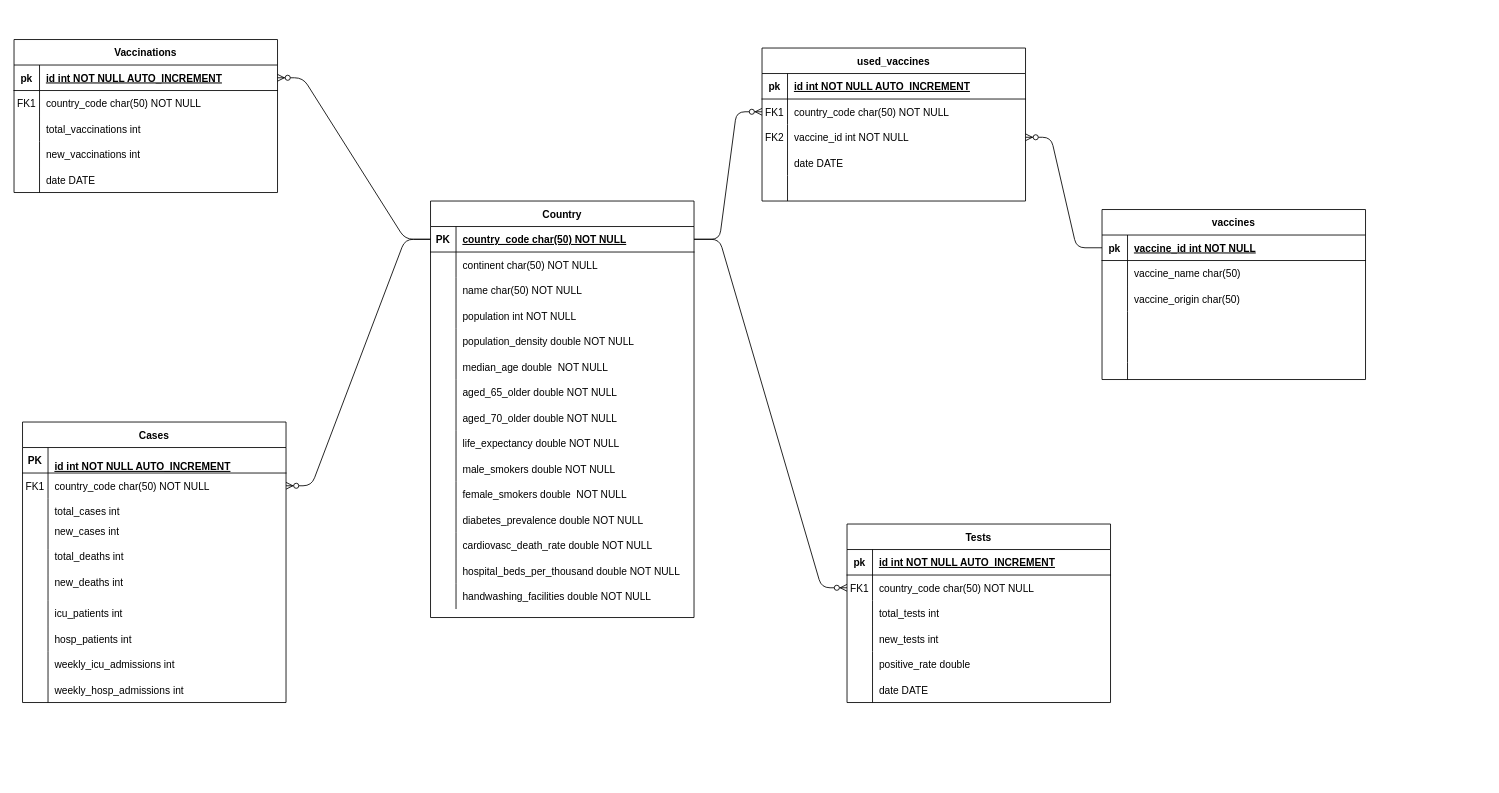
Before: bda/Untitled Diagram.drawio in elhadjhamlaoui/bda, a draw.io diagram. Source tidied: cells renumbered, new cells numbered last; positions are measured from the earlier drawing's top-left corner, leaving out a move shared by most shapes. Both pictures are drawn from the tidied source at 85%, with x=0, y=0 at pixel (14, 39).
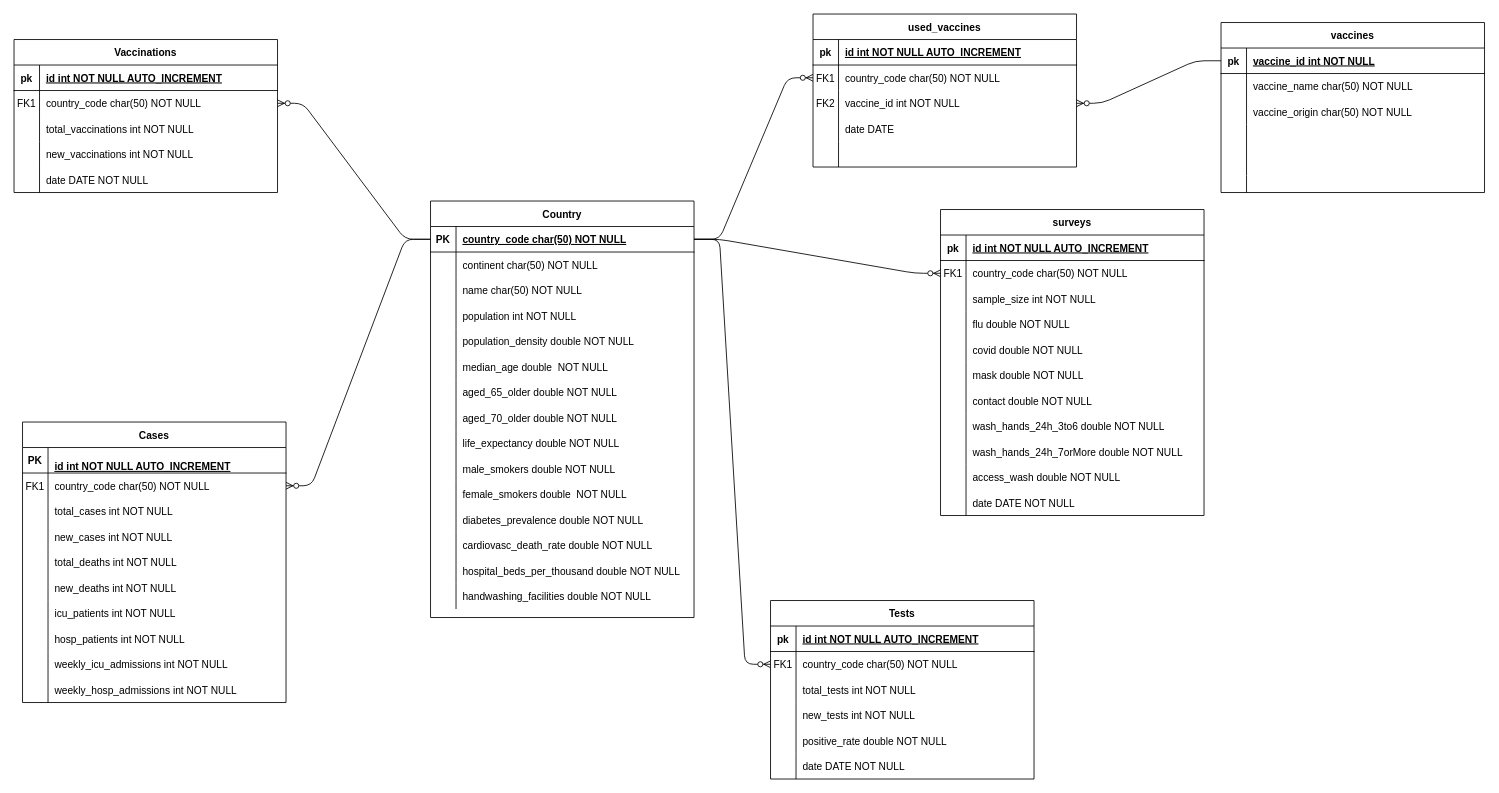
After the change.

Unchanged cells that the change refers to:
```xml
<mxCell id="3" style="shape=partialRectangle;fillColor=none;points=[[0,0.5],[1,0.5]];portConstraint=eastwest;top=0;left=0;right=0;bottom=1;" parent="2" vertex="1">
  <mxGeometry y="30" width="310" height="30" as="geometry" />
</mxCell>
<mxCell id="55" style="shape=partialRectangle;fillColor=none;top=0;left=0;right=0;bottom=0;" parent="48" vertex="1">
  <mxGeometry y="90" width="310" height="30" as="geometry" />
</mxCell>
<mxCell id="58" style="shape=partialRectangle;fillColor=none;top=0;left=0;bottom=0;right=0;" parent="48" vertex="1">
  <mxGeometry y="120" width="310" height="30" as="geometry" />
</mxCell>
<mxCell id="61" style="shape=partialRectangle;fillColor=none;top=0;left=0;bottom=0;right=0;" parent="48" vertex="1">
  <mxGeometry y="150" width="310" height="30" as="geometry" />
</mxCell>
<mxCell id="64" style="shape=partialRectangle;fillColor=none;top=0;left=0;bottom=0;right=0;" parent="48" vertex="1">
  <mxGeometry y="180" width="310" height="30" as="geometry" />
</mxCell>
<mxCell id="67" style="shape=partialRectangle;fillColor=none;top=0;left=0;bottom=0;right=0;" parent="48" vertex="1">
  <mxGeometry y="210" width="310" height="30" as="geometry" />
</mxCell>
<mxCell id="70" style="shape=partialRectangle;fillColor=none;top=0;left=0;bottom=0;right=0;" parent="48" vertex="1">
  <mxGeometry y="240" width="310" height="30" as="geometry" />
</mxCell>
<mxCell id="73" style="shape=partialRectangle;fillColor=none;top=0;left=0;bottom=0;right=0;" parent="48" vertex="1">
  <mxGeometry y="270" width="310" height="30" as="geometry" />
</mxCell>
<mxCell id="76" style="shape=partialRectangle;fillColor=none;top=0;left=0;bottom=0;right=0;" parent="48" vertex="1">
  <mxGeometry y="300" width="310" height="30" as="geometry" />
</mxCell>
<mxCell id="86" style="shape=partialRectangle;fillColor=none;top=0;left=0;right=0;bottom=0;" parent="79" vertex="1">
  <mxGeometry y="90" width="310" height="30" as="geometry" />
</mxCell>
<mxCell id="89" style="shape=partialRectangle;fillColor=none;top=0;left=0;bottom=0;right=0;" parent="79" vertex="1">
  <mxGeometry y="120" width="310" height="30" as="geometry" />
</mxCell>
<mxCell id="92" style="shape=partialRectangle;fillColor=none;top=0;left=0;bottom=0;right=0;" parent="79" vertex="1">
  <mxGeometry y="150" width="310" height="30" as="geometry" />
</mxCell>
<mxCell id="95" style="shape=partialRectangle;fillColor=none;top=0;left=0;bottom=0;right=0;" parent="79" vertex="1">
  <mxGeometry y="180" width="310" height="30" as="geometry" />
</mxCell>
<mxCell id="99" style="shape=partialRectangle;fillColor=none;points=[[0,0.5],[1,0.5]];portConstraint=eastwest;top=0;left=0;right=0;bottom=1;" parent="98" vertex="1">
  <mxGeometry y="30" width="310" height="30" as="geometry" />
</mxCell>
<mxCell id="102" style="shape=partialRectangle;fillColor=none;top=0;left=0;bottom=0;right=0;points=[[0,0.5],[1,0.5]];portConstraint=eastwest;" parent="98" vertex="1">
  <mxGeometry y="60" width="310" height="30" as="geometry" />
</mxCell>
<mxCell id="105" style="shape=partialRectangle;fillColor=none;top=0;left=0;right=0;bottom=0;" parent="98" vertex="1">
  <mxGeometry y="90" width="310" height="30" as="geometry" />
</mxCell>
<mxCell id="108" style="shape=partialRectangle;fillColor=none;top=0;left=0;bottom=0;right=0;" parent="98" vertex="1">
  <mxGeometry y="120" width="310" height="30" as="geometry" />
</mxCell>
<mxCell id="111" style="shape=partialRectangle;fillColor=none;top=0;left=0;bottom=0;right=0;" parent="98" vertex="1">
  <mxGeometry y="150" width="310" height="30" as="geometry" />
</mxCell>
<mxCell id="134" style="shape=partialRectangle;fillColor=none;top=0;left=0;bottom=0;right=0;" parent="130" vertex="1">
  <mxGeometry y="60" width="310" height="30" as="geometry" />
</mxCell>
<mxCell id="137" style="shape=partialRectangle;fillColor=none;top=0;left=0;bottom=0;right=0;" parent="130" vertex="1">
  <mxGeometry y="90" width="310" height="30" as="geometry" />
</mxCell>
```

Diff of the diagram source:
```diff
@@
-    <mxCell id="57" value="total_cases int" style="shape=partialRectangle;overflow=hidden;fillColor=none;top=0;left=0;bottom=0;right=0;align=left;spacingLeft=6;" parent="55" vertex="1">
+    <mxCell id="57" value="total_cases int NOT NULL" style="shape=partialRectangle;overflow=hidden;fillColor=none;top=0;left=0;bottom=0;right=0;align=left;spacingLeft=6;" parent="55" vertex="1">
       <mxGeometry x="30" width="280" height="30" as="geometry" />
     </mxCell>
@@
-    <mxCell id="60" value="new_cases int&#10;" style="shape=partialRectangle;fillColor=none;top=0;left=0;bottom=0;right=0;align=left;spacingLeft=6;overflow=hidden;" parent="58" vertex="1">
+    <mxCell id="60" value="new_cases int NOT NULL" style="shape=partialRectangle;fillColor=none;top=0;left=0;bottom=0;right=0;align=left;spacingLeft=6;overflow=hidden;" parent="58" vertex="1">
       <mxGeometry x="30" width="280" height="30" as="geometry" />
     </mxCell>
@@
-    <mxCell id="63" value="total_deaths int&#10;" style="shape=partialRectangle;fillColor=none;top=0;left=0;bottom=0;right=0;align=left;spacingLeft=6;overflow=hidden;" parent="61" vertex="1">
+    <mxCell id="63" value="total_deaths int NOT NULL" style="shape=partialRectangle;fillColor=none;top=0;left=0;bottom=0;right=0;align=left;spacingLeft=6;overflow=hidden;" parent="61" vertex="1">
       <mxGeometry x="30" width="280" height="30" as="geometry" />
     </mxCell>
@@
-    <mxCell id="66" value="new_deaths int&#10;" style="shape=partialRectangle;fillColor=none;top=0;left=0;bottom=0;right=0;align=left;spacingLeft=6;overflow=hidden;" parent="64" vertex="1">
+    <mxCell id="66" value="new_deaths int NOT NULL" style="shape=partialRectangle;fillColor=none;top=0;left=0;bottom=0;right=0;align=left;spacingLeft=6;overflow=hidden;" parent="64" vertex="1">
       <mxGeometry x="30" width="280" height="30" as="geometry" />
     </mxCell>
@@
-    <mxCell id="69" value="icu_patients int" style="shape=partialRectangle;fillColor=none;top=0;left=0;bottom=0;right=0;align=left;spacingLeft=6;overflow=hidden;" parent="67" vertex="1">
+    <mxCell id="69" value="icu_patients int NOT NULL" style="shape=partialRectangle;fillColor=none;top=0;left=0;bottom=0;right=0;align=left;spacingLeft=6;overflow=hidden;" parent="67" vertex="1">
       <mxGeometry x="30" width="280" height="30" as="geometry" />
     </mxCell>
@@
-    <mxCell id="72" value="hosp_patients int" style="shape=partialRectangle;fillColor=none;top=0;left=0;bottom=0;right=0;align=left;spacingLeft=6;overflow=hidden;" parent="70" vertex="1">
+    <mxCell id="72" value="hosp_patients int NOT NULL" style="shape=partialRectangle;fillColor=none;top=0;left=0;bottom=0;right=0;align=left;spacingLeft=6;overflow=hidden;" parent="70" vertex="1">
       <mxGeometry x="30" width="280" height="30" as="geometry" />
     </mxCell>
@@
-    <mxCell id="75" value="weekly_icu_admissions int" style="shape=partialRectangle;fillColor=none;top=0;left=0;bottom=0;right=0;align=left;spacingLeft=6;overflow=hidden;" parent="73" vertex="1">
+    <mxCell id="75" value="weekly_icu_admissions int NOT NULL" style="shape=partialRectangle;fillColor=none;top=0;left=0;bottom=0;right=0;align=left;spacingLeft=6;overflow=hidden;" parent="73" vertex="1">
       <mxGeometry x="30" width="280" height="30" as="geometry" />
     </mxCell>
@@
-    <mxCell id="78" value="weekly_hosp_admissions int" style="shape=partialRectangle;fillColor=none;top=0;left=0;bottom=0;right=0;align=left;spacingLeft=6;overflow=hidden;" parent="76" vertex="1">
+    <mxCell id="78" value="weekly_hosp_admissions int NOT NULL" style="shape=partialRectangle;fillColor=none;top=0;left=0;bottom=0;right=0;align=left;spacingLeft=6;overflow=hidden;" parent="76" vertex="1">
       <mxGeometry x="30" width="280" height="30" as="geometry" />
     </mxCell>
     <mxCell id="79" value="Tests" style="shape=table;startSize=30;childLayout=tableLayout;rowLines=0;fontStyle=1;align=center;" parent="1" vertex="1">
-      <mxGeometry x="980" y="570" width="310" height="210" as="geometry" />
+      <mxGeometry x="890" y="660" width="310" height="210" as="geometry" />
     </mxCell>
@@
-    <mxCell id="88" value="total_tests int" style="shape=partialRectangle;overflow=hidden;fillColor=none;top=0;left=0;bottom=0;right=0;align=left;spacingLeft=6;" parent="86" vertex="1">
+    <mxCell id="88" value="total_tests int NOT NULL" style="shape=partialRectangle;overflow=hidden;fillColor=none;top=0;left=0;bottom=0;right=0;align=left;spacingLeft=6;" parent="86" vertex="1">
       <mxGeometry x="30" width="280" height="30" as="geometry" />
     </mxCell>
@@
-    <mxCell id="91" value="new_tests int" style="shape=partialRectangle;fillColor=none;top=0;left=0;bottom=0;right=0;align=left;spacingLeft=6;overflow=hidden;" parent="89" vertex="1">
+    <mxCell id="91" value="new_tests int NOT NULL" style="shape=partialRectangle;fillColor=none;top=0;left=0;bottom=0;right=0;align=left;spacingLeft=6;overflow=hidden;" parent="89" vertex="1">
       <mxGeometry x="30" width="280" height="30" as="geometry" />
     </mxCell>
@@
-    <mxCell id="94" value="positive_rate double" style="shape=partialRectangle;fillColor=none;top=0;left=0;bottom=0;right=0;align=left;spacingLeft=6;overflow=hidden;" parent="92" vertex="1">
+    <mxCell id="94" value="positive_rate double NOT NULL" style="shape=partialRectangle;fillColor=none;top=0;left=0;bottom=0;right=0;align=left;spacingLeft=6;overflow=hidden;" parent="92" vertex="1">
       <mxGeometry x="30" width="280" height="30" as="geometry" />
     </mxCell>
@@
-    <mxCell id="97" value="date DATE" style="shape=partialRectangle;fillColor=none;top=0;left=0;bottom=0;right=0;align=left;spacingLeft=6;overflow=hidden;" parent="95" vertex="1">
+    <mxCell id="97" value="date DATE NOT NULL" style="shape=partialRectangle;fillColor=none;top=0;left=0;bottom=0;right=0;align=left;spacingLeft=6;overflow=hidden;" parent="95" vertex="1">
       <mxGeometry x="30" width="280" height="30" as="geometry" />
     </mxCell>
@@
-    <mxCell id="107" value="total_vaccinations int" style="shape=partialRectangle;overflow=hidden;fillColor=none;top=0;left=0;bottom=0;right=0;align=left;spacingLeft=6;" parent="105" vertex="1">
+    <mxCell id="107" value="total_vaccinations int NOT NULL" style="shape=partialRectangle;overflow=hidden;fillColor=none;top=0;left=0;bottom=0;right=0;align=left;spacingLeft=6;" parent="105" vertex="1">
       <mxGeometry x="30" width="280" height="30" as="geometry" />
     </mxCell>
@@
-    <mxCell id="110" value="new_vaccinations int" style="shape=partialRectangle;fillColor=none;top=0;left=0;bottom=0;right=0;align=left;spacingLeft=6;overflow=hidden;" parent="108" vertex="1">
+    <mxCell id="110" value="new_vaccinations int NOT NULL" style="shape=partialRectangle;fillColor=none;top=0;left=0;bottom=0;right=0;align=left;spacingLeft=6;overflow=hidden;" parent="108" vertex="1">
       <mxGeometry x="30" width="280" height="30" as="geometry" />
     </mxCell>
@@
-    <mxCell id="113" value="date DATE" style="shape=partialRectangle;fillColor=none;top=0;left=0;bottom=0;right=0;align=left;spacingLeft=6;overflow=hidden;" parent="111" vertex="1">
+    <mxCell id="113" value="date DATE NOT NULL" style="shape=partialRectangle;fillColor=none;top=0;left=0;bottom=0;right=0;align=left;spacingLeft=6;overflow=hidden;" parent="111" vertex="1">
       <mxGeometry x="30" width="280" height="30" as="geometry" />
     </mxCell>
     <mxCell id="114" value="used_vaccines" style="shape=table;startSize=30;childLayout=tableLayout;rowLines=0;fontStyle=1;align=center;" parent="1" vertex="1">
-      <mxGeometry x="880" y="10" width="310" height="180" as="geometry" />
+      <mxGeometry x="940" y="-30" width="310" height="180" as="geometry" />
     </mxCell>
@@
     <mxCell id="130" value="vaccines" style="shape=table;startSize=30;childLayout=tableLayout;rowLines=0;fontStyle=1;align=center;" parent="1" vertex="1">
-      <mxGeometry x="1280" y="200" width="310" height="200" as="geometry" />
+      <mxGeometry x="1420" y="-20" width="310" height="200" as="geometry" />
     </mxCell>
@@
-    <mxCell id="136" value="vaccine_name char(50)" style="shape=partialRectangle;fillColor=none;top=0;left=0;bottom=0;right=0;align=left;spacingLeft=6;overflow=hidden;" parent="134" vertex="1">
+    <mxCell id="136" value="vaccine_name char(50) NOT NULL" style="shape=partialRectangle;fillColor=none;top=0;left=0;bottom=0;right=0;align=left;spacingLeft=6;overflow=hidden;" parent="134" vertex="1">
       <mxGeometry x="30" width="280" height="30" as="geometry" />
     </mxCell>
@@
-    <mxCell id="139" value="vaccine_origin char(50)" style="shape=partialRectangle;fillColor=none;top=0;left=0;bottom=0;right=0;align=left;spacingLeft=6;overflow=hidden;" parent="137" vertex="1">
+    <mxCell id="139" value="vaccine_origin char(50) NOT NULL" style="shape=partialRectangle;fillColor=none;top=0;left=0;bottom=0;right=0;align=left;spacingLeft=6;overflow=hidden;" parent="137" vertex="1">
       <mxGeometry x="30" width="280" height="30" as="geometry" />
     </mxCell>
@@
-    <mxCell id="153" style="edgeStyle=entityRelationEdgeStyle;fontSize=12;html=1;endArrow=ERzeroToMany;endFill=1;exitX=0;exitY=0.5;exitDx=0;exitDy=0;entryX=1;entryY=0.5;entryDx=0;entryDy=0;" parent="1" edge="1" source="3" target="99">
+    <mxCell id="153" style="edgeStyle=entityRelationEdgeStyle;fontSize=12;html=1;endArrow=ERzeroToMany;endFill=1;exitX=0;exitY=0.5;exitDx=0;exitDy=0;" parent="1" edge="1" source="3" target="102">
       <mxGeometry relative="1" as="geometry" />
     </mxCell>
+    <mxCell id="154" value="surveys" style="shape=table;startSize=30;childLayout=tableLayout;rowLines=0;fontStyle=1;align=center;" parent="1" vertex="1">
+      <mxGeometry x="1090" y="200" width="310" height="360" as="geometry" />
+    </mxCell>
+    <mxCell id="155" style="shape=partialRectangle;fillColor=none;top=0;left=0;right=0;bottom=1;" parent="154" vertex="1">
+      <mxGeometry y="30" width="310" height="30" as="geometry" />
+    </mxCell>
+    <mxCell id="156" value="pk" style="shape=partialRectangle;overflow=hidden;fillColor=none;top=0;left=0;bottom=0;right=0;fontStyle=1;" parent="155" vertex="1">
+      <mxGeometry width="30" height="30" as="geometry" />
+    </mxCell>
+    <mxCell id="157" value="id int NOT NULL AUTO_INCREMENT" style="shape=partialRectangle;overflow=hidden;fillColor=none;top=0;left=0;bottom=0;right=0;align=left;spacingLeft=6;fontStyle=5;" parent="155" vertex="1">
+      <mxGeometry x="30" width="280" height="30" as="geometry" />
+    </mxCell>
+    <mxCell id="158" style="shape=partialRectangle;fillColor=none;top=0;left=0;bottom=0;right=0;points=[[0,0.5],[1,0.5]];portConstraint=eastwest;" parent="154" vertex="1">
+      <mxGeometry y="60" width="310" height="30" as="geometry" />
+    </mxCell>
+    <mxCell id="159" value="FK1" style="shape=partialRectangle;fillColor=none;top=0;left=0;bottom=0;right=0;overflow=hidden;" parent="158" vertex="1">
+      <mxGeometry width="30" height="30" as="geometry" />
+    </mxCell>
+    <mxCell id="160" value="country_code char(50) NOT NULL" style="shape=partialRectangle;fillColor=none;top=0;left=0;bottom=0;right=0;align=left;spacingLeft=6;overflow=hidden;" parent="158" vertex="1">
+      <mxGeometry x="30" width="280" height="30" as="geometry" />
+    </mxCell>
+    <mxCell id="161" style="shape=partialRectangle;fillColor=none;top=0;left=0;right=0;bottom=0;" parent="154" vertex="1">
+      <mxGeometry y="90" width="310" height="30" as="geometry" />
+    </mxCell>
+    <mxCell id="162" style="shape=partialRectangle;overflow=hidden;fillColor=none;top=0;left=0;bottom=0;right=0;" parent="161" vertex="1">
+      <mxGeometry width="30" height="30" as="geometry" />
+    </mxCell>
+    <mxCell id="163" value="sample_size int NOT NULL" style="shape=partialRectangle;overflow=hidden;fillColor=none;top=0;left=0;bottom=0;right=0;align=left;spacingLeft=6;" parent="161" vertex="1">
+      <mxGeometry x="30" width="280" height="30" as="geometry" />
+    </mxCell>
+    <mxCell id="164" style="shape=partialRectangle;fillColor=none;top=0;left=0;bottom=0;right=0;" parent="154" vertex="1">
+      <mxGeometry y="120" width="310" height="30" as="geometry" />
+    </mxCell>
+    <mxCell id="165" style="shape=partialRectangle;fillColor=none;top=0;left=0;bottom=0;right=0;overflow=hidden;" parent="164" vertex="1">
+      <mxGeometry width="30" height="30" as="geometry" />
+    </mxCell>
+    <mxCell id="166" value="flu double NOT NULL" style="shape=partialRectangle;fillColor=none;top=0;left=0;bottom=0;right=0;align=left;spacingLeft=6;overflow=hidden;" parent="164" vertex="1">
+      <mxGeometry x="30" width="280" height="30" as="geometry" />
+    </mxCell>
+    <mxCell id="167" style="shape=partialRectangle;fillColor=none;top=0;left=0;bottom=0;right=0;" parent="154" vertex="1">
+      <mxGeometry y="150" width="310" height="30" as="geometry" />
+    </mxCell>
+    <mxCell id="168" style="shape=partialRectangle;fillColor=none;top=0;left=0;bottom=0;right=0;overflow=hidden;" parent="167" vertex="1">
+      <mxGeometry width="30" height="30" as="geometry" />
+    </mxCell>
+    <mxCell id="169" value="covid double NOT NULL" style="shape=partialRectangle;fillColor=none;top=0;left=0;bottom=0;right=0;align=left;spacingLeft=6;overflow=hidden;" parent="167" vertex="1">
+      <mxGeometry x="30" width="280" height="30" as="geometry" />
+    </mxCell>
+    <mxCell id="170" style="shape=partialRectangle;fillColor=none;top=0;left=0;bottom=0;right=0;" parent="154" vertex="1">
+      <mxGeometry y="180" width="310" height="30" as="geometry" />
+    </mxCell>
+    <mxCell id="171" style="shape=partialRectangle;fillColor=none;top=0;left=0;bottom=0;right=0;overflow=hidden;" parent="170" vertex="1">
+      <mxGeometry width="30" height="30" as="geometry" />
+    </mxCell>
+    <mxCell id="172" value="mask double NOT NULL" style="shape=partialRectangle;fillColor=none;top=0;left=0;bottom=0;right=0;align=left;spacingLeft=6;overflow=hidden;" parent="170" vertex="1">
+      <mxGeometry x="30" width="280" height="30" as="geometry" />
+    </mxCell>
+    <mxCell id="173" style="shape=partialRectangle;fillColor=none;top=0;left=0;bottom=0;right=0;" parent="154" vertex="1">
+      <mxGeometry y="210" width="310" height="30" as="geometry" />
+    </mxCell>
+    <mxCell id="174" style="shape=partialRectangle;fillColor=none;top=0;left=0;bottom=0;right=0;overflow=hidden;" parent="173" vertex="1">
+      <mxGeometry width="30" height="30" as="geometry" />
+    </mxCell>
+    <mxCell id="175" value="contact double NOT NULL" style="shape=partialRectangle;fillColor=none;top=0;left=0;bottom=0;right=0;align=left;spacingLeft=6;overflow=hidden;" parent="173" vertex="1">
+      <mxGeometry x="30" width="280" height="30" as="geometry" />
+    </mxCell>
+    <mxCell id="176" style="shape=partialRectangle;fillColor=none;top=0;left=0;bottom=0;right=0;" parent="154" vertex="1">
+      <mxGeometry y="240" width="310" height="30" as="geometry" />
+    </mxCell>
+    <mxCell id="177" style="shape=partialRectangle;fillColor=none;top=0;left=0;bottom=0;right=0;overflow=hidden;" parent="176" vertex="1">
+      <mxGeometry width="30" height="30" as="geometry" />
+    </mxCell>
+    <mxCell id="178" value="wash_hands_24h_3to6 double NOT NULL" style="shape=partialRectangle;fillColor=none;top=0;left=0;bottom=0;right=0;align=left;spacingLeft=6;overflow=hidden;" parent="176" vertex="1">
+      <mxGeometry x="30" width="280" height="30" as="geometry" />
+    </mxCell>
+    <mxCell id="179" style="shape=partialRectangle;fillColor=none;top=0;left=0;bottom=0;right=0;" parent="154" vertex="1">
+      <mxGeometry y="270" width="310" height="30" as="geometry" />
+    </mxCell>
+    <mxCell id="180" style="shape=partialRectangle;fillColor=none;top=0;left=0;bottom=0;right=0;overflow=hidden;" parent="179" vertex="1">
+      <mxGeometry width="30" height="30" as="geometry" />
+    </mxCell>
+    <mxCell id="181" value="wash_hands_24h_7orMore double NOT NULL" style="shape=partialRectangle;fillColor=none;top=0;left=0;bottom=0;right=0;align=left;spacingLeft=6;overflow=hidden;" parent="179" vertex="1">
+      <mxGeometry x="30" width="280" height="30" as="geometry" />
+    </mxCell>
+    <mxCell id="182" style="shape=partialRectangle;fillColor=none;top=0;left=0;bottom=0;right=0;" parent="154" vertex="1">
+      <mxGeometry y="300" width="310" height="30" as="geometry" />
+    </mxCell>
+    <mxCell id="183" style="shape=partialRectangle;fillColor=none;top=0;left=0;bottom=0;right=0;overflow=hidden;" parent="182" vertex="1">
+      <mxGeometry width="30" height="30" as="geometry" />
+    </mxCell>
+    <mxCell id="184" value="access_wash double NOT NULL" style="shape=partialRectangle;fillColor=none;top=0;left=0;bottom=0;right=0;align=left;spacingLeft=6;overflow=hidden;" parent="182" vertex="1">
+      <mxGeometry x="30" width="280" height="30" as="geometry" />
+    </mxCell>
+    <mxCell id="185" style="shape=partialRectangle;fillColor=none;top=0;left=0;bottom=0;right=0;" parent="154" vertex="1">
+      <mxGeometry y="330" width="310" height="30" as="geometry" />
+    </mxCell>
+    <mxCell id="186" style="shape=partialRectangle;fillColor=none;top=0;left=0;bottom=0;right=0;overflow=hidden;" parent="185" vertex="1">
+      <mxGeometry width="30" height="30" as="geometry" />
+    </mxCell>
+    <mxCell id="187" value="date DATE NOT NULL" style="shape=partialRectangle;fillColor=none;top=0;left=0;bottom=0;right=0;align=left;spacingLeft=6;overflow=hidden;" parent="185" vertex="1">
+      <mxGeometry x="30" width="280" height="30" as="geometry" />
+    </mxCell>
+    <mxCell id="188" style="edgeStyle=entityRelationEdgeStyle;fontSize=12;html=1;endArrow=ERzeroToMany;endFill=1;exitX=1;exitY=0.5;exitDx=0;exitDy=0;" parent="1" edge="1" source="3" target="158">
+      <mxGeometry relative="1" as="geometry" />
+    </mxCell>
```
